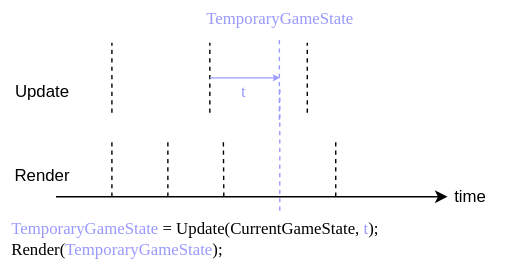
This is content/posts/frame-pacing/resources/timestep_6.svg from raylee9919/raylee9919.github.io, a draw.io export, as it was before one commit. Source tidied: cells renumbered, new cells last; positions are measured from the earlier drawing's top-left corner, leaving out a move shared by most shapes. Its diagram source:
```xml
<mxGraphModel>
  <root>
    <mxCell id="0" />
    <mxCell id="1" parent="0" />
    <mxCell id="2" style="endArrow=classic;html=1;rounded=0;" parent="1" edge="1">
      <mxGeometry relative="1" as="geometry">
        <mxPoint x="40" y="142" as="sourcePoint" />
        <mxPoint x="320" y="142" as="targetPoint" />
      </mxGeometry>
    </mxCell>
    <mxCell id="3" style="endArrow=none;dashed=1;html=1;rounded=0;" parent="1" edge="1">
      <mxGeometry relative="1" as="geometry">
        <mxPoint x="80" y="142" as="sourcePoint" />
        <mxPoint x="80" y="102" as="targetPoint" />
      </mxGeometry>
    </mxCell>
    <mxCell id="4" style="endArrow=none;dashed=1;html=1;rounded=0;" parent="1" edge="1">
      <mxGeometry relative="1" as="geometry">
        <mxPoint x="120" y="142" as="sourcePoint" />
        <mxPoint x="120" y="102" as="targetPoint" />
      </mxGeometry>
    </mxCell>
    <mxCell id="5" style="endArrow=none;dashed=1;html=1;rounded=0;" parent="1" edge="1">
      <mxGeometry relative="1" as="geometry">
        <mxPoint x="160" y="142" as="sourcePoint" />
        <mxPoint x="159.7" y="102" as="targetPoint" />
      </mxGeometry>
    </mxCell>
    <mxCell id="6" style="endArrow=none;dashed=1;html=1;rounded=0;strokeColor=#9999FF;exitX=0.5;exitY=0;exitDx=0;exitDy=0;" parent="1" edge="1">
      <mxGeometry relative="1" as="geometry">
        <mxPoint x="200" y="152" as="sourcePoint" />
        <mxPoint x="200" y="62" as="targetPoint" />
      </mxGeometry>
    </mxCell>
    <mxCell id="7" style="endArrow=none;dashed=1;html=1;rounded=0;" parent="1" edge="1">
      <mxGeometry relative="1" as="geometry">
        <mxPoint x="240" y="142" as="sourcePoint" />
        <mxPoint x="240" y="102" as="targetPoint" />
      </mxGeometry>
    </mxCell>
    <mxCell id="8" style="endArrow=none;dashed=1;html=1;rounded=0;" parent="1" edge="1">
      <mxGeometry relative="1" as="geometry">
        <mxPoint x="80" y="82" as="sourcePoint" />
        <mxPoint x="80" y="32" as="targetPoint" />
      </mxGeometry>
    </mxCell>
    <mxCell id="9" style="endArrow=none;dashed=1;html=1;rounded=0;" parent="1" edge="1">
      <mxGeometry relative="1" as="geometry">
        <mxPoint x="150" y="82" as="sourcePoint" />
        <mxPoint x="150" y="32" as="targetPoint" />
      </mxGeometry>
    </mxCell>
    <mxCell id="10" style="endArrow=none;dashed=1;html=1;rounded=0;" parent="1" edge="1">
      <mxGeometry relative="1" as="geometry">
        <mxPoint x="219.7" y="82" as="sourcePoint" />
        <mxPoint x="219.7" y="32" as="targetPoint" />
      </mxGeometry>
    </mxCell>
    <mxCell id="11" value="time" style="text;html=1;whiteSpace=wrap;strokeColor=none;fillColor=none;align=center;verticalAlign=middle;rounded=0;" parent="1" vertex="1">
      <mxGeometry x="306" y="127" width="60" height="30" as="geometry" />
    </mxCell>
    <mxCell id="12" value="Update" style="text;html=1;whiteSpace=wrap;strokeColor=none;fillColor=none;align=center;verticalAlign=middle;rounded=0;" parent="1" vertex="1">
      <mxGeometry y="52" width="60" height="30" as="geometry" />
    </mxCell>
    <mxCell id="13" value="Render" style="text;html=1;whiteSpace=wrap;strokeColor=none;fillColor=none;align=center;verticalAlign=middle;rounded=0;" parent="1" vertex="1">
      <mxGeometry y="112" width="60" height="30" as="geometry" />
    </mxCell>
    <mxCell id="14" style="endArrow=none;dashed=1;html=1;rounded=0;strokeColor=#9999FF;" parent="1" edge="1">
      <mxGeometry relative="1" as="geometry">
        <mxPoint x="199.7" y="87" as="sourcePoint" />
        <mxPoint x="199.7" y="27" as="targetPoint" />
      </mxGeometry>
    </mxCell>
    <mxCell id="15" value="&lt;span style=&quot;color: rgb(153, 153, 255);&quot;&gt;TemporaryGameState&lt;/span&gt; = Update(CurrentGameState, &lt;span style=&quot;color: rgb(153, 153, 255);&quot;&gt;t&lt;/span&gt;);&lt;div&gt;Render(&lt;span style=&quot;color: rgb(153, 153, 255);&quot;&gt;TemporaryGameState&lt;/span&gt;);&lt;/div&gt;" style="text;html=1;whiteSpace=wrap;strokeColor=none;fillColor=none;align=left;verticalAlign=middle;rounded=0;fontFamily=consolas;" parent="1" vertex="1">
      <mxGeometry x="6.5" y="157" width="335" height="30" as="geometry" />
    </mxCell>
    <mxCell id="16" style="endArrow=classic;html=1;rounded=0;endSize=2;startSize=4;strokeColor=#9999FF;" parent="1" edge="1">
      <mxGeometry relative="1" as="geometry">
        <mxPoint x="150" y="57" as="sourcePoint" />
        <mxPoint x="200" y="57" as="targetPoint" />
      </mxGeometry>
    </mxCell>
    <mxCell id="17" value="&lt;span style=&quot;color: rgb(153, 153, 255);&quot;&gt;&lt;font face=&quot;consolas&quot;&gt;t&lt;/font&gt;&lt;/span&gt;" style="text;html=1;whiteSpace=wrap;strokeColor=none;fillColor=none;align=center;verticalAlign=middle;rounded=0;fontStyle=0;" parent="1" vertex="1">
      <mxGeometry x="158" y="52" width="32" height="30" as="geometry" />
    </mxCell>
    <mxCell id="18" value="&lt;span style=&quot;color: rgb(153, 153, 255);&quot;&gt;&lt;font face=&quot;consolas&quot;&gt;TemporaryGameState&lt;/font&gt;&lt;/span&gt;" style="text;html=1;whiteSpace=wrap;strokeColor=none;fillColor=none;align=center;verticalAlign=middle;rounded=0;fontStyle=0;" parent="1" vertex="1">
      <mxGeometry x="184" width="32" height="30" as="geometry" />
    </mxCell>
  </root>
</mxGraphModel>
```
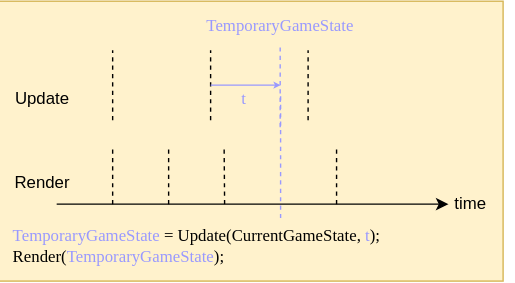
The same diagram one commit later.

The edit, as a diff of the source:
```diff
@@ -2,89 +2,92 @@
   <root>
     <mxCell id="0" />
     <mxCell id="1" parent="0" />
-    <mxCell id="2" style="endArrow=classic;html=1;rounded=0;" parent="1" edge="1">
-      <mxGeometry relative="1" as="geometry">
-        <mxPoint x="40" y="142" as="sourcePoint" />
-        <mxPoint x="320" y="142" as="targetPoint" />
-      </mxGeometry>
+    <mxCell id="2" style="rounded=0;whiteSpace=wrap;html=1;fillColor=#fff2cc;strokeColor=#d6b656;" parent="1" vertex="1">
+      <mxGeometry x="-1" y="-3" width="360" height="200" as="geometry" />
     </mxCell>
-    <mxCell id="3" style="endArrow=none;dashed=1;html=1;rounded=0;" parent="1" edge="1">
+    <mxCell id="3" style="endArrow=classic;html=1;rounded=0;" parent="1" edge="1">
       <mxGeometry relative="1" as="geometry">
-        <mxPoint x="80" y="142" as="sourcePoint" />
-        <mxPoint x="80" y="102" as="targetPoint" />
+        <mxPoint x="40" y="142" as="sourcePoint" />
+        <mxPoint x="320" y="142" as="targetPoint" />
       </mxGeometry>
     </mxCell>
     <mxCell id="4" style="endArrow=none;dashed=1;html=1;rounded=0;" parent="1" edge="1">
       <mxGeometry relative="1" as="geometry">
-        <mxPoint x="120" y="142" as="sourcePoint" />
-        <mxPoint x="120" y="102" as="targetPoint" />
+        <mxPoint x="80" y="142" as="sourcePoint" />
+        <mxPoint x="80" y="102" as="targetPoint" />
       </mxGeometry>
     </mxCell>
     <mxCell id="5" style="endArrow=none;dashed=1;html=1;rounded=0;" parent="1" edge="1">
       <mxGeometry relative="1" as="geometry">
-        <mxPoint x="160" y="142" as="sourcePoint" />
-        <mxPoint x="159.7" y="102" as="targetPoint" />
+        <mxPoint x="120" y="142" as="sourcePoint" />
+        <mxPoint x="120" y="102" as="targetPoint" />
       </mxGeometry>
     </mxCell>
-    <mxCell id="6" style="endArrow=none;dashed=1;html=1;rounded=0;strokeColor=#9999FF;exitX=0.5;exitY=0;exitDx=0;exitDy=0;" parent="1" edge="1">
+    <mxCell id="6" style="endArrow=none;dashed=1;html=1;rounded=0;" parent="1" edge="1">
       <mxGeometry relative="1" as="geometry">
-        <mxPoint x="200" y="152" as="sourcePoint" />
-        <mxPoint x="200" y="62" as="targetPoint" />
+        <mxPoint x="160" y="142" as="sourcePoint" />
+        <mxPoint x="159.7" y="102" as="targetPoint" />
       </mxGeometry>
     </mxCell>
-    <mxCell id="7" style="endArrow=none;dashed=1;html=1;rounded=0;" parent="1" edge="1">
+    <mxCell id="7" style="endArrow=none;dashed=1;html=1;rounded=0;strokeColor=#9999FF;exitX=0.5;exitY=0;exitDx=0;exitDy=0;" parent="1" edge="1">
       <mxGeometry relative="1" as="geometry">
-        <mxPoint x="240" y="142" as="sourcePoint" />
-        <mxPoint x="240" y="102" as="targetPoint" />
+        <mxPoint x="200" y="152" as="sourcePoint" />
+        <mxPoint x="200" y="62" as="targetPoint" />
       </mxGeometry>
     </mxCell>
     <mxCell id="8" style="endArrow=none;dashed=1;html=1;rounded=0;" parent="1" edge="1">
       <mxGeometry relative="1" as="geometry">
-        <mxPoint x="80" y="82" as="sourcePoint" />
-        <mxPoint x="80" y="32" as="targetPoint" />
+        <mxPoint x="240" y="142" as="sourcePoint" />
+        <mxPoint x="240" y="102" as="targetPoint" />
       </mxGeometry>
     </mxCell>
     <mxCell id="9" style="endArrow=none;dashed=1;html=1;rounded=0;" parent="1" edge="1">
       <mxGeometry relative="1" as="geometry">
-        <mxPoint x="150" y="82" as="sourcePoint" />
-        <mxPoint x="150" y="32" as="targetPoint" />
+        <mxPoint x="80" y="82" as="sourcePoint" />
+        <mxPoint x="80" y="32" as="targetPoint" />
       </mxGeometry>
     </mxCell>
     <mxCell id="10" style="endArrow=none;dashed=1;html=1;rounded=0;" parent="1" edge="1">
       <mxGeometry relative="1" as="geometry">
-        <mxPoint x="219.7" y="82" as="sourcePoint" />
-        <mxPoint x="219.7" y="32" as="targetPoint" />
+        <mxPoint x="150" y="82" as="sourcePoint" />
+        <mxPoint x="150" y="32" as="targetPoint" />
       </mxGeometry>
     </mxCell>
-    <mxCell id="11" value="time" style="text;html=1;whiteSpace=wrap;strokeColor=none;fillColor=none;align=center;verticalAlign=middle;rounded=0;" parent="1" vertex="1">
-      <mxGeometry x="306" y="127" width="60" height="30" as="geometry" />
+    <mxCell id="11" style="endArrow=none;dashed=1;html=1;rounded=0;" parent="1" edge="1">
+      <mxGeometry relative="1" as="geometry">
+        <mxPoint x="219.7" y="82" as="sourcePoint" />
+        <mxPoint x="219.7" y="32" as="targetPoint" />
+      </mxGeometry>
     </mxCell>
-    <mxCell id="12" value="Update" style="text;html=1;whiteSpace=wrap;strokeColor=none;fillColor=none;align=center;verticalAlign=middle;rounded=0;" parent="1" vertex="1">
-      <mxGeometry y="52" width="60" height="30" as="geometry" />
+    <mxCell id="12" value="time" style="text;html=1;whiteSpace=wrap;strokeColor=none;fillColor=none;align=center;verticalAlign=middle;rounded=0;" parent="1" vertex="1">
+      <mxGeometry x="306" y="127" width="60" height="30" as="geometry" />
     </mxCell>
-    <mxCell id="13" value="Render" style="text;html=1;whiteSpace=wrap;strokeColor=none;fillColor=none;align=center;verticalAlign=middle;rounded=0;" parent="1" vertex="1">
-      <mxGeometry y="112" width="60" height="30" as="geometry" />
+    <mxCell id="13" value="Update" style="text;html=1;whiteSpace=wrap;strokeColor=none;fillColor=none;align=center;verticalAlign=middle;rounded=0;" parent="1" vertex="1">
+      <mxGeometry y="52" width="60" height="30" as="geometry" />
     </mxCell>
-    <mxCell id="14" style="endArrow=none;dashed=1;html=1;rounded=0;strokeColor=#9999FF;" parent="1" edge="1">
-      <mxGeometry relative="1" as="geometry">
-        <mxPoint x="199.7" y="87" as="sourcePoint" />
-        <mxPoint x="199.7" y="27" as="targetPoint" />
-      </mxGeometry>
+    <mxCell id="14" value="Render" style="text;html=1;whiteSpace=wrap;strokeColor=none;fillColor=none;align=center;verticalAlign=middle;rounded=0;" parent="1" vertex="1">
+      <mxGeometry y="112" width="60" height="30" as="geometry" />
     </mxCell>
-    <mxCell id="15" value="&lt;span style=&quot;color: rgb(153, 153, 255);&quot;&gt;TemporaryGameState&lt;/span&gt; = Update(CurrentGameState, &lt;span style=&quot;color: rgb(153, 153, 255);&quot;&gt;t&lt;/span&gt;);&lt;div&gt;Render(&lt;span style=&quot;color: rgb(153, 153, 255);&quot;&gt;TemporaryGameState&lt;/span&gt;);&lt;/div&gt;" style="text;html=1;whiteSpace=wrap;strokeColor=none;fillColor=none;align=left;verticalAlign=middle;rounded=0;fontFamily=consolas;" parent="1" vertex="1">
-      <mxGeometry x="6.5" y="157" width="335" height="30" as="geometry" />
+    <mxCell id="15" style="endArrow=none;dashed=1;html=1;rounded=0;strokeColor=#9999FF;" parent="1" edge="1">
+      <mxGeometry relative="1" as="geometry">
+        <mxPoint x="199.7" y="87" as="sourcePoint" />
+        <mxPoint x="199.7" y="27" as="targetPoint" />
+      </mxGeometry>
     </mxCell>
-    <mxCell id="16" style="endArrow=classic;html=1;rounded=0;endSize=2;startSize=4;strokeColor=#9999FF;" parent="1" edge="1">
-      <mxGeometry relative="1" as="geometry">
-        <mxPoint x="150" y="57" as="sourcePoint" />
-        <mxPoint x="200" y="57" as="targetPoint" />
-      </mxGeometry>
+    <mxCell id="16" value="&lt;span style=&quot;color: rgb(153, 153, 255);&quot;&gt;TemporaryGameState&lt;/span&gt; = Update(CurrentGameState, &lt;span style=&quot;color: rgb(153, 153, 255);&quot;&gt;t&lt;/span&gt;);&lt;div&gt;Render(&lt;span style=&quot;color: rgb(153, 153, 255);&quot;&gt;TemporaryGameState&lt;/span&gt;);&lt;/div&gt;" style="text;html=1;whiteSpace=wrap;strokeColor=none;fillColor=none;align=left;verticalAlign=middle;rounded=0;fontFamily=consolas;" parent="1" vertex="1">
+      <mxGeometry x="6.5" y="157" width="335" height="30" as="geometry" />
     </mxCell>
-    <mxCell id="17" value="&lt;span style=&quot;color: rgb(153, 153, 255);&quot;&gt;&lt;font face=&quot;consolas&quot;&gt;t&lt;/font&gt;&lt;/span&gt;" style="text;html=1;whiteSpace=wrap;strokeColor=none;fillColor=none;align=center;verticalAlign=middle;rounded=0;fontStyle=0;" parent="1" vertex="1">
-      <mxGeometry x="158" y="52" width="32" height="30" as="geometry" />
+    <mxCell id="17" style="endArrow=classic;html=1;rounded=0;endSize=2;startSize=4;strokeColor=#9999FF;" parent="1" edge="1">
+      <mxGeometry relative="1" as="geometry">
+        <mxPoint x="150" y="57" as="sourcePoint" />
+        <mxPoint x="200" y="57" as="targetPoint" />
+      </mxGeometry>
     </mxCell>
-    <mxCell id="18" value="&lt;span style=&quot;color: rgb(153, 153, 255);&quot;&gt;&lt;font face=&quot;consolas&quot;&gt;TemporaryGameState&lt;/font&gt;&lt;/span&gt;" style="text;html=1;whiteSpace=wrap;strokeColor=none;fillColor=none;align=center;verticalAlign=middle;rounded=0;fontStyle=0;" parent="1" vertex="1">
-      <mxGeometry x="184" width="32" height="30" as="geometry" />
+    <mxCell id="18" value="&lt;span style=&quot;color: rgb(153, 153, 255);&quot;&gt;&lt;font face=&quot;consolas&quot;&gt;t&lt;/font&gt;&lt;/span&gt;" style="text;html=1;whiteSpace=wrap;strokeColor=none;fillColor=none;align=center;verticalAlign=middle;rounded=0;fontStyle=0;" parent="1" vertex="1">
+      <mxGeometry x="158" y="52" width="32" height="30" as="geometry" />
     </mxCell>
+    <mxCell id="19" value="&lt;span style=&quot;color: rgb(153, 153, 255);&quot;&gt;&lt;font face=&quot;consolas&quot;&gt;TemporaryGameState&lt;/font&gt;&lt;/span&gt;" style="text;html=1;whiteSpace=wrap;strokeColor=none;fillColor=none;align=center;verticalAlign=middle;rounded=0;fontStyle=0;" parent="1" vertex="1">
+      <mxGeometry x="184" width="32" height="30" as="geometry" />
+    </mxCell>
   </root>
 </mxGraphModel>
```
